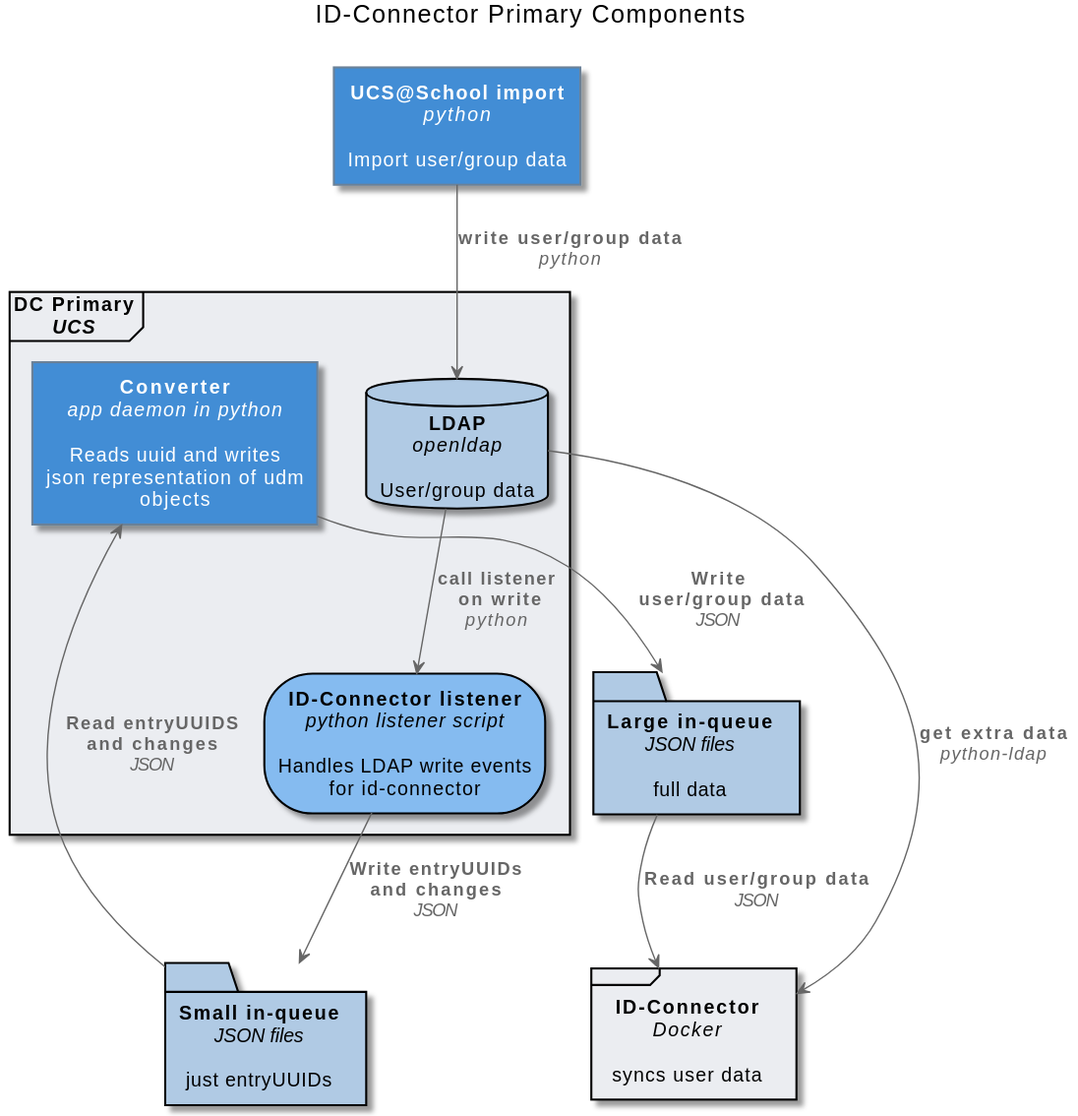
Above: docs/source/static/id-connector-container-primary.svg in univention/ucsschool-id-connector (PlantUML), before the change.
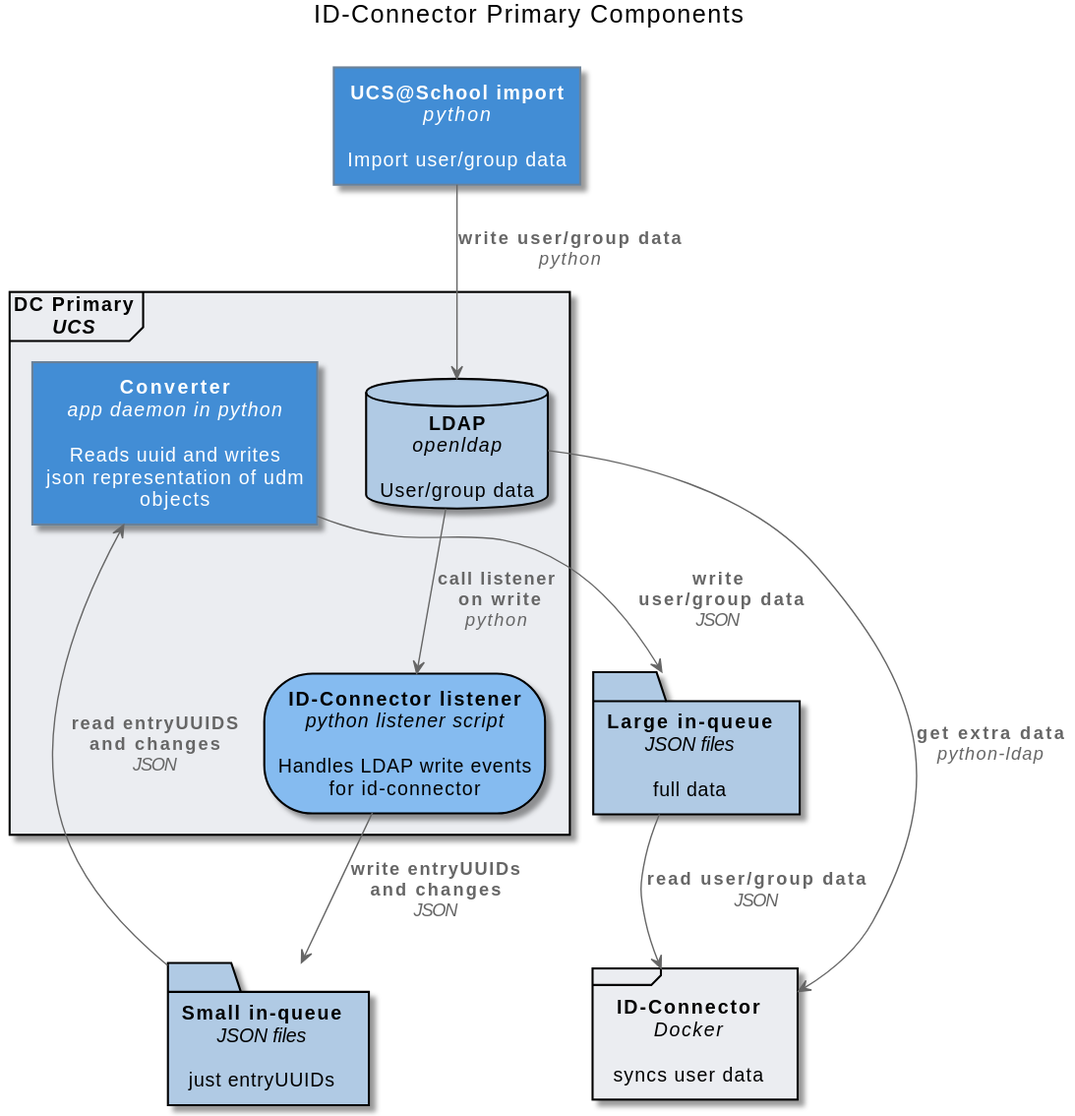
Later version of the same file.

Diff of the diagram source:
```diff
@@ -20,10 +20,10 @@
 
 importer --> ldap: <b>write user/group data\n<i>python
 ldap --> listener: <b>call listener\n<b> on write\n<i>python
-listener --> small_queue: <b>Write entryUUIDs\n<b>and changes\n<i>JSON
-small_queue --> converter:  <b>Read entryUUIDS\n<b>and changes\n<i>JSON
-converter --> large_queue: <b>Write\n<b> user/group data\n<i>JSON
-large_queue -->id_connector:<b>Read user/group data\n<i>JSON
+listener --> small_queue: <b>write entryUUIDs\n<b>and changes\n<i>JSON
+small_queue --> converter:  <b>read entryUUIDS\n<b>and changes\n<i>JSON
+converter --> large_queue: <b>write\n<b> user/group data\n<i>JSON
+large_queue -->id_connector:<b>read user/group data\n<i>JSON
 
 ldap -left-> id_connector : <b>get extra data\n<i>python-ldap
 @enduml
```
